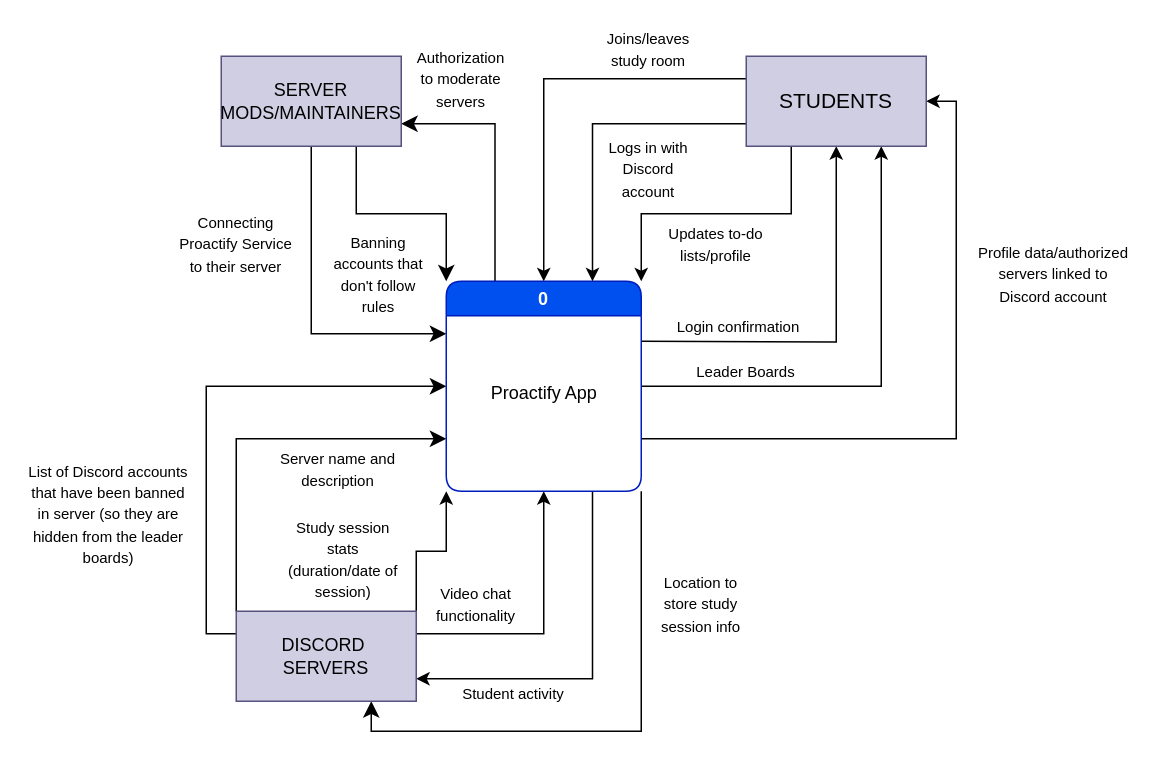
The draw.io diagram Proactify Context Diagram.drawio in gordonn/proactify-study, before the edit. Source tidied: cells renumbered, new cells numbered last; positions are measured from the earlier drawing's top-left corner, leaving out a move shared by most shapes. Both pictures are drawn from the tidied source at 150%, with x=0, y=0 at pixel (26, 26).
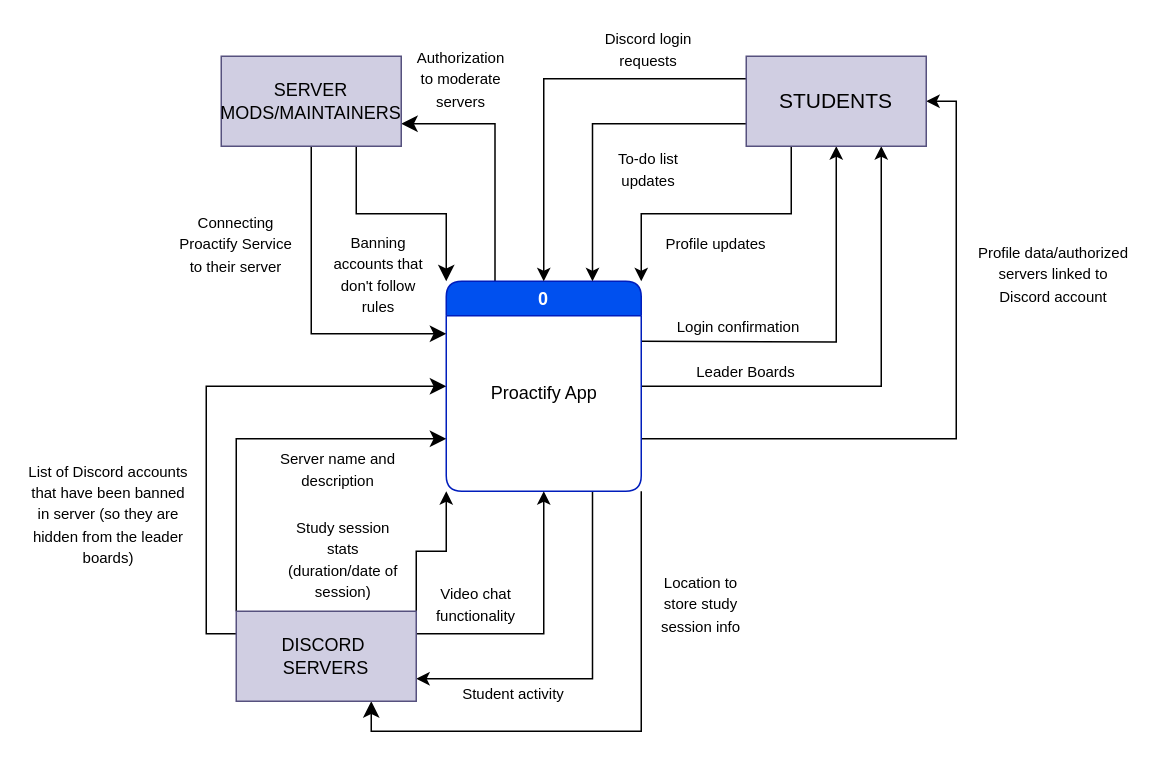
After the change.

What changed in the source:
```diff
@@
-    <mxCell id="22" value="&lt;font style=&quot;font-size: 10px;&quot;&gt;Updates to-do lists/profile&lt;/font&gt;" style="text;html=1;whiteSpace=wrap;strokeColor=none;fillColor=none;align=center;verticalAlign=middle;rounded=0;" parent="1" vertex="1">
+    <mxCell id="22" value="&lt;font style=&quot;font-size: 10px;&quot;&gt;Profile updates&lt;/font&gt;" style="text;html=1;whiteSpace=wrap;strokeColor=none;fillColor=none;align=center;verticalAlign=middle;rounded=0;" parent="1" vertex="1">
       <mxGeometry x="420" y="130" width="80" height="30" as="geometry" />
     </mxCell>
-    <mxCell id="23" value="&lt;font style=&quot;font-size: 10px;&quot;&gt;Joins/leaves study room&lt;/font&gt;" style="text;html=1;whiteSpace=wrap;strokeColor=none;fillColor=none;align=center;verticalAlign=middle;rounded=0;" parent="1" vertex="1">
+    <mxCell id="23" value="&lt;font style=&quot;font-size: 10px;&quot;&gt;Discord login requests&lt;/font&gt;" style="text;html=1;whiteSpace=wrap;strokeColor=none;fillColor=none;align=center;verticalAlign=middle;rounded=0;" parent="1" vertex="1">
       <mxGeometry x="380" width="70" height="30" as="geometry" />
     </mxCell>
-    <mxCell id="24" value="&lt;font style=&quot;font-size: 10px;&quot;&gt;Logs in with Discord account&lt;/font&gt;" style="text;html=1;whiteSpace=wrap;strokeColor=none;fillColor=none;align=center;verticalAlign=middle;rounded=0;" parent="1" vertex="1">
+    <mxCell id="24" value="&lt;font style=&quot;font-size: 10px;&quot;&gt;To-do list updates&lt;/font&gt;" style="text;html=1;whiteSpace=wrap;strokeColor=none;fillColor=none;align=center;verticalAlign=middle;rounded=0;" parent="1" vertex="1">
       <mxGeometry x="385" y="70" width="60" height="50" as="geometry" />
     </mxCell>
```
